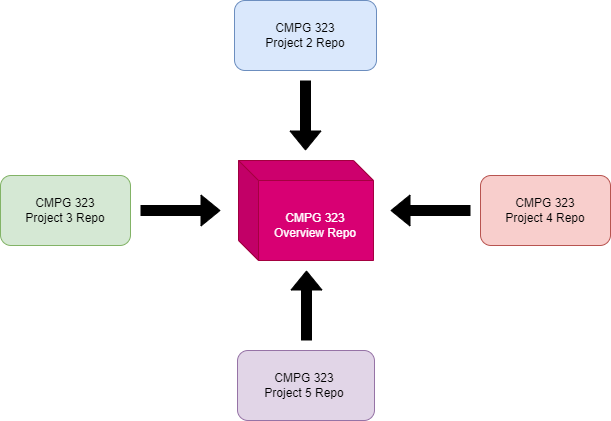
Above: RepositoryDiagram.png in Hugovs2000/CMPG-323-Overview---31586872 (draw.io), before the change. Source tidied: cells renumbered, new cells last; positions are measured from the earlier drawing's top-left corner, leaving out a move shared by most shapes. The source it was exported from:
```xml
<mxGraphModel>
  <root>
    <mxCell id="0" />
    <mxCell id="1" parent="0" />
    <mxCell id="2" style="shape=cube;whiteSpace=wrap;html=1;boundedLbl=1;backgroundOutline=1;darkOpacity=0.05;darkOpacity2=0.1;fillColor=#d80073;strokeColor=#A50040;fontColor=#ffffff;" parent="1" vertex="1">
      <mxGeometry x="238" y="160" width="135" height="100" as="geometry" />
    </mxCell>
    <mxCell id="3" value="CMPG 323 Overview Repo" style="text;html=1;align=center;verticalAlign=middle;whiteSpace=wrap;rounded=0;fontColor=#FFFFFF;" parent="1" vertex="1">
      <mxGeometry x="270" y="210" width="90" height="30" as="geometry" />
    </mxCell>
    <mxCell id="4" style="rounded=1;whiteSpace=wrap;html=1;fillColor=#dae8fc;strokeColor=#6c8ebf;" parent="1" vertex="1">
      <mxGeometry x="234" width="142" height="70" as="geometry" />
    </mxCell>
    <mxCell id="5" style="rounded=1;whiteSpace=wrap;html=1;fillColor=#f8cecc;strokeColor=#b85450;" parent="1" vertex="1">
      <mxGeometry x="480" y="175" width="130" height="70" as="geometry" />
    </mxCell>
    <mxCell id="6" style="rounded=1;whiteSpace=wrap;html=1;fillColor=#e1d5e7;strokeColor=#9673a6;" parent="1" vertex="1">
      <mxGeometry x="237" y="350" width="137" height="70" as="geometry" />
    </mxCell>
    <mxCell id="7" style="rounded=1;whiteSpace=wrap;html=1;fillColor=#d5e8d4;strokeColor=#82b366;" parent="1" vertex="1">
      <mxGeometry y="175" width="130" height="70" as="geometry" />
    </mxCell>
    <mxCell id="8" style="shape=flexArrow;endArrow=classic;html=1;rounded=0;fillColor=#000000;" parent="1" edge="1">
      <mxGeometry relative="1" as="geometry">
        <mxPoint x="305" y="80" as="sourcePoint" />
        <mxPoint x="305" y="150" as="targetPoint" />
      </mxGeometry>
    </mxCell>
    <mxCell id="9" style="shape=flexArrow;endArrow=classic;html=1;rounded=0;fillColor=#000000;gradientColor=none;" parent="1" edge="1">
      <mxGeometry relative="1" as="geometry">
        <mxPoint x="470" y="210" as="sourcePoint" />
        <mxPoint x="390" y="210" as="targetPoint" />
      </mxGeometry>
    </mxCell>
    <mxCell id="10" style="shape=flexArrow;endArrow=classic;html=1;rounded=0;fillColor=#000000;" parent="1" edge="1">
      <mxGeometry relative="1" as="geometry">
        <mxPoint x="306" y="340" as="sourcePoint" />
        <mxPoint x="306" y="270" as="targetPoint" />
      </mxGeometry>
    </mxCell>
    <mxCell id="11" style="shape=flexArrow;endArrow=classic;html=1;rounded=0;fillColor=#000000;" parent="1" edge="1">
      <mxGeometry relative="1" as="geometry">
        <mxPoint x="140" y="210" as="sourcePoint" />
        <mxPoint x="220" y="210" as="targetPoint" />
      </mxGeometry>
    </mxCell>
    <mxCell id="12" value="CMPG 323 Project 4 Repo" style="text;html=1;strokeColor=none;fillColor=none;align=center;verticalAlign=middle;whiteSpace=wrap;rounded=0;" parent="1" vertex="1">
      <mxGeometry x="500" y="195" width="90" height="30" as="geometry" />
    </mxCell>
    <mxCell id="13" value="CMPG 323 Project 2 Repo" style="text;html=1;strokeColor=none;fillColor=none;align=center;verticalAlign=middle;whiteSpace=wrap;rounded=0;" parent="1" vertex="1">
      <mxGeometry x="260" y="20" width="90" height="30" as="geometry" />
    </mxCell>
    <mxCell id="14" value="CMPG 323 Project 3 Repo" style="text;html=1;strokeColor=none;fillColor=none;align=center;verticalAlign=middle;whiteSpace=wrap;rounded=0;" parent="1" vertex="1">
      <mxGeometry x="20" y="195" width="90" height="30" as="geometry" />
    </mxCell>
    <mxCell id="15" value="CMPG 323 Project 5 Repo" style="text;html=1;strokeColor=none;fillColor=none;align=center;verticalAlign=middle;whiteSpace=wrap;rounded=0;" parent="1" vertex="1">
      <mxGeometry x="259" y="370" width="90" height="30" as="geometry" />
    </mxCell>
  </root>
</mxGraphModel>
```
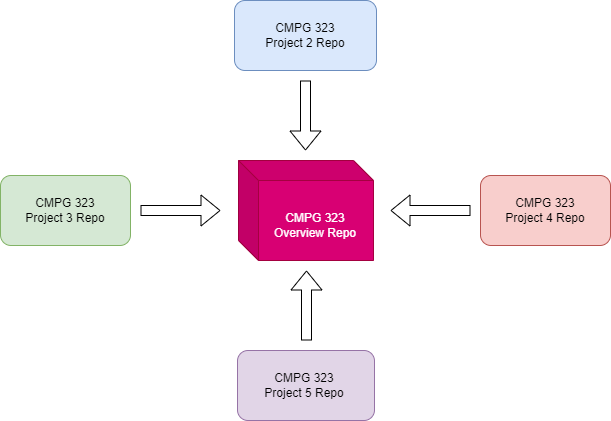
The same file after the commit.

Change to the diagram source:
```diff
@@ -20,25 +20,25 @@
     <mxCell id="7" style="rounded=1;whiteSpace=wrap;html=1;fillColor=#d5e8d4;strokeColor=#82b366;" parent="1" vertex="1">
       <mxGeometry y="175" width="130" height="70" as="geometry" />
     </mxCell>
-    <mxCell id="8" style="shape=flexArrow;endArrow=classic;html=1;rounded=0;fillColor=#000000;" parent="1" edge="1">
+    <mxCell id="8" style="shape=flexArrow;endArrow=classic;html=1;rounded=0;fillColor=none;" parent="1" edge="1">
       <mxGeometry relative="1" as="geometry">
         <mxPoint x="305" y="80" as="sourcePoint" />
         <mxPoint x="305" y="150" as="targetPoint" />
       </mxGeometry>
     </mxCell>
-    <mxCell id="9" style="shape=flexArrow;endArrow=classic;html=1;rounded=0;fillColor=#000000;gradientColor=none;" parent="1" edge="1">
+    <mxCell id="9" style="shape=flexArrow;endArrow=classic;html=1;rounded=0;fillColor=none;gradientColor=none;" parent="1" edge="1">
       <mxGeometry relative="1" as="geometry">
         <mxPoint x="470" y="210" as="sourcePoint" />
         <mxPoint x="390" y="210" as="targetPoint" />
       </mxGeometry>
     </mxCell>
-    <mxCell id="10" style="shape=flexArrow;endArrow=classic;html=1;rounded=0;fillColor=#000000;" parent="1" edge="1">
+    <mxCell id="10" style="shape=flexArrow;endArrow=classic;html=1;rounded=0;fillColor=none;" parent="1" edge="1">
       <mxGeometry relative="1" as="geometry">
         <mxPoint x="306" y="340" as="sourcePoint" />
         <mxPoint x="306" y="270" as="targetPoint" />
       </mxGeometry>
     </mxCell>
-    <mxCell id="11" style="shape=flexArrow;endArrow=classic;html=1;rounded=0;fillColor=#000000;" parent="1" edge="1">
+    <mxCell id="11" style="shape=flexArrow;endArrow=classic;html=1;rounded=0;fillColor=none;" parent="1" edge="1">
       <mxGeometry relative="1" as="geometry">
         <mxPoint x="140" y="210" as="sourcePoint" />
         <mxPoint x="220" y="210" as="targetPoint" />
```
